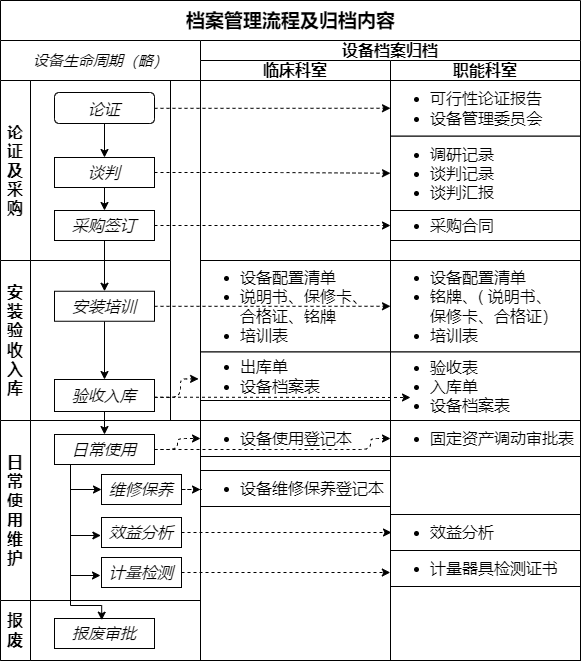
CN-DXTZ/CLRS keeps this draw.io diagram as 档案管理流程.png. Above is the earlier version. Source tidied: cells renumbered, new cells last; positions are measured from the earlier drawing's top-left corner, leaving out a move shared by most shapes.
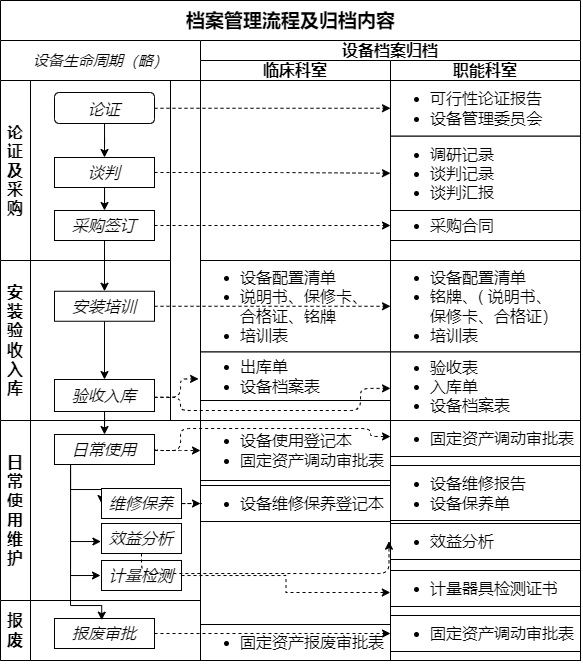
Later version of the same file.

Commit message:
更新档案管理流程.png

What changed in the source:
```diff
@@ -63,8 +63,8 @@
     <mxCell id="20" style="edgeStyle=orthogonalEdgeStyle;rounded=0;jettySize=auto;html=1;entryX=-0.008;entryY=0.61;entryDx=0;entryDy=0;entryPerimeter=0;" parent="18" edge="1" source="22" target="23">
       <mxGeometry relative="1" as="geometry">
         <Array as="points">
-          <mxPoint x="70" y="115" />
-          <mxPoint x="100" y="115" />
+          <mxPoint x="70" y="121" />
+          <mxPoint x="100" y="121" />
         </Array>
       </mxGeometry>
     </mxCell>
@@ -80,13 +80,13 @@
       <mxGeometry x="54" y="14" width="100" height="30" as="geometry" />
     </mxCell>
     <mxCell id="23" value="效益分析" style="rounded=0;whiteSpace=wrap;html=1;fontSize=16;fontStyle=2;" parent="18" vertex="1">
-      <mxGeometry x="101" y="97" width="80" height="30" as="geometry" />
+      <mxGeometry x="101" y="103" width="80" height="30" as="geometry" />
     </mxCell>
     <mxCell id="24" value="计量检测" style="rounded=0;whiteSpace=wrap;html=1;fontSize=16;fontStyle=2;" parent="18" vertex="1">
-      <mxGeometry x="101" y="137" width="80" height="30" as="geometry" />
+      <mxGeometry x="101" y="140" width="80" height="30" as="geometry" />
     </mxCell>
     <mxCell id="25" value="维修保养" style="rounded=0;whiteSpace=wrap;html=1;fontSize=16;fontStyle=2;" parent="18" vertex="1">
-      <mxGeometry x="101" y="54" width="80" height="30" as="geometry" />
+      <mxGeometry x="101" y="68" width="80" height="30" as="geometry" />
     </mxCell>
     <mxCell id="26" style="edgeStyle=orthogonalEdgeStyle;rounded=0;jettySize=auto;html=1;fontSize=16;entryX=0.5;entryY=0;entryDx=0;entryDy=0;" parent="5" edge="1" source="16" target="22">
       <mxGeometry relative="1" as="geometry" />
@@ -118,11 +118,14 @@
       <mxGeometry y="291.5" width="190" height="48.5" as="geometry" />
     </mxCell>
     <mxCell id="34" value="&lt;p class=&quot;MsoNormal&quot; style=&quot;font-size: 16px;&quot;&gt;&lt;/p&gt;&lt;div style=&quot;font-size: 16px;&quot;&gt;&lt;ul style=&quot;font-size: 16px;&quot;&gt;&lt;li style=&quot;font-size: 16px;&quot;&gt;&lt;span style=&quot;background-color: initial; font-size: 16px;&quot;&gt;设备维修保养登记本&lt;/span&gt;&lt;br style=&quot;font-size: 16px;&quot;&gt;&lt;/li&gt;&lt;/ul&gt;&lt;/div&gt;&lt;p style=&quot;font-size: 16px;&quot;&gt;&lt;/p&gt;" style="rounded=0;whiteSpace=wrap;html=1;fontSize=16;spacing=0;align=left;" parent="31" vertex="1">
-      <mxGeometry y="410" width="190" height="36" as="geometry" />
+      <mxGeometry y="425" width="190" height="36" as="geometry" />
     </mxCell>
-    <mxCell id="35" value="&lt;p class=&quot;MsoNormal&quot; style=&quot;font-size: 16px;&quot;&gt;&lt;/p&gt;&lt;div style=&quot;font-size: 16px;&quot;&gt;&lt;ul style=&quot;font-size: 16px;&quot;&gt;&lt;li style=&quot;border-color: var(--border-color);&quot;&gt;设备使用登记本&lt;/li&gt;&lt;/ul&gt;&lt;/div&gt;&lt;p style=&quot;font-size: 16px;&quot;&gt;&lt;/p&gt;" style="rounded=0;whiteSpace=wrap;html=1;fontSize=16;spacing=0;align=left;" parent="31" vertex="1">
-      <mxGeometry y="360" width="190" height="36" as="geometry" />
+    <mxCell id="35" value="&lt;p class=&quot;MsoNormal&quot; style=&quot;font-size: 16px;&quot;&gt;&lt;/p&gt;&lt;div style=&quot;font-size: 16px;&quot;&gt;&lt;ul style=&quot;font-size: 16px;&quot;&gt;&lt;li style=&quot;border-color: var(--border-color);&quot;&gt;设备使用登记本&lt;/li&gt;&lt;li style=&quot;border-color: var(--border-color);&quot;&gt;固定资产调动审批表&lt;/li&gt;&lt;/ul&gt;&lt;/div&gt;&lt;p style=&quot;font-size: 16px;&quot;&gt;&lt;/p&gt;" style="rounded=0;whiteSpace=wrap;html=1;fontSize=16;spacing=0;align=left;" parent="31" vertex="1">
+      <mxGeometry y="360" width="190" height="60" as="geometry" />
     </mxCell>
+    <mxCell id="54" value="&lt;p class=&quot;MsoNormal&quot; style=&quot;font-size: 16px;&quot;&gt;&lt;/p&gt;&lt;div style=&quot;font-size: 16px;&quot;&gt;&lt;ul style=&quot;font-size: 16px;&quot;&gt;&lt;li style=&quot;border-color: var(--border-color);&quot;&gt;固定资产报废审批表&lt;/li&gt;&lt;/ul&gt;&lt;/div&gt;&lt;p style=&quot;font-size: 16px;&quot;&gt;&lt;/p&gt;" style="rounded=0;whiteSpace=wrap;html=1;fontSize=16;spacing=0;align=left;" parent="31" vertex="1">
+      <mxGeometry y="564" width="190" height="36" as="geometry" />
+    </mxCell>
     <mxCell id="36" value="职能科室" style="swimlane;whiteSpace=wrap;html=1;startSize=20;fontSize=16;" parent="30" vertex="1">
       <mxGeometry x="190" y="20" width="190" height="600" as="geometry" />
     </mxCell>
@@ -141,15 +144,21 @@
     <mxCell id="41" value="&lt;p class=&quot;MsoNormal&quot; style=&quot;font-size: 16px;&quot;&gt;&lt;/p&gt;&lt;div style=&quot;font-size: 16px;&quot;&gt;&lt;div style=&quot;font-size: 16px;&quot;&gt;&lt;ul style=&quot;font-size: 16px;&quot;&gt;&lt;li style=&quot;font-size: 16px;&quot;&gt;验收表&lt;/li&gt;&lt;li style=&quot;font-size: 16px;&quot;&gt;入库单&lt;/li&gt;&lt;li style=&quot;font-size: 16px;&quot;&gt;设备档案表&lt;/li&gt;&lt;/ul&gt;&lt;/div&gt;&lt;/div&gt;&lt;p style=&quot;font-size: 16px;&quot;&gt;&lt;/p&gt;" style="rounded=0;whiteSpace=wrap;html=1;fontSize=16;spacing=0;align=left;" parent="36" vertex="1">
       <mxGeometry y="291.5" width="190" height="68.5" as="geometry" />
     </mxCell>
-    <mxCell id="42" value="&lt;p class=&quot;MsoNormal&quot; style=&quot;font-size: 16px;&quot;&gt;&lt;/p&gt;&lt;div style=&quot;font-size: 16px;&quot;&gt;&lt;div style=&quot;font-size: 16px;&quot;&gt;&lt;ul style=&quot;font-size: 16px;&quot;&gt;&lt;li style=&quot;font-size: 16px;&quot;&gt;效益分析&lt;/li&gt;&lt;/ul&gt;&lt;/div&gt;&lt;/div&gt;&lt;p style=&quot;font-size: 16px;&quot;&gt;&lt;/p&gt;" style="rounded=0;whiteSpace=wrap;html=1;fontSize=16;spacing=0;align=left;" parent="36" vertex="1">
-      <mxGeometry y="454" width="190" height="36" as="geometry" />
-    </mxCell>
     <mxCell id="43" value="&lt;p class=&quot;MsoNormal&quot; style=&quot;font-size: 16px;&quot;&gt;&lt;/p&gt;&lt;div style=&quot;font-size: 16px;&quot;&gt;&lt;div style=&quot;font-size: 16px;&quot;&gt;&lt;ul style=&quot;font-size: 16px;&quot;&gt;&lt;li style=&quot;border-color: var(--border-color);&quot;&gt;计量器具检测证书&lt;/li&gt;&lt;/ul&gt;&lt;/div&gt;&lt;/div&gt;&lt;p style=&quot;font-size: 16px;&quot;&gt;&lt;/p&gt;" style="rounded=0;whiteSpace=wrap;html=1;fontSize=16;spacing=0;align=left;" parent="36" vertex="1">
-      <mxGeometry y="490" width="190" height="36" as="geometry" />
+      <mxGeometry y="510" width="190" height="36" as="geometry" />
     </mxCell>
     <mxCell id="44" value="&lt;p class=&quot;MsoNormal&quot; style=&quot;font-size: 16px;&quot;&gt;&lt;/p&gt;&lt;div style=&quot;font-size: 16px;&quot;&gt;&lt;ul style=&quot;font-size: 16px;&quot;&gt;&lt;li style=&quot;border-color: var(--border-color);&quot;&gt;固定资产调动审批表&lt;/li&gt;&lt;/ul&gt;&lt;/div&gt;&lt;p style=&quot;font-size: 16px;&quot;&gt;&lt;/p&gt;" style="rounded=0;whiteSpace=wrap;html=1;fontSize=16;spacing=0;align=left;" parent="36" vertex="1">
       <mxGeometry y="360" width="190" height="36" as="geometry" />
     </mxCell>
+    <mxCell id="55" value="&lt;p class=&quot;MsoNormal&quot; style=&quot;font-size: 16px;&quot;&gt;&lt;/p&gt;&lt;div style=&quot;font-size: 16px;&quot;&gt;&lt;div style=&quot;font-size: 16px;&quot;&gt;&lt;ul style=&quot;font-size: 16px;&quot;&gt;&lt;li style=&quot;font-size: 16px;&quot;&gt;设备维修报告&lt;/li&gt;&lt;li style=&quot;font-size: 16px;&quot;&gt;设备保养单&lt;/li&gt;&lt;/ul&gt;&lt;/div&gt;&lt;/div&gt;&lt;p style=&quot;font-size: 16px;&quot;&gt;&lt;/p&gt;" style="rounded=0;whiteSpace=wrap;html=1;fontSize=16;spacing=0;align=left;" parent="36" vertex="1">
+      <mxGeometry y="405" width="190" height="55" as="geometry" />
+    </mxCell>
+    <mxCell id="56" value="&lt;p class=&quot;MsoNormal&quot; style=&quot;font-size: 16px;&quot;&gt;&lt;/p&gt;&lt;div style=&quot;font-size: 16px;&quot;&gt;&lt;ul style=&quot;font-size: 16px;&quot;&gt;&lt;li style=&quot;border-color: var(--border-color);&quot;&gt;固定资产调动审批表&lt;/li&gt;&lt;/ul&gt;&lt;/div&gt;&lt;p style=&quot;font-size: 16px;&quot;&gt;&lt;/p&gt;" style="rounded=0;whiteSpace=wrap;html=1;fontSize=16;spacing=0;align=left;" parent="36" vertex="1">
+      <mxGeometry y="555" width="190" height="36" as="geometry" />
+    </mxCell>
+    <mxCell id="42" value="&lt;p class=&quot;MsoNormal&quot; style=&quot;font-size: 16px;&quot;&gt;&lt;/p&gt;&lt;div style=&quot;font-size: 16px;&quot;&gt;&lt;div style=&quot;font-size: 16px;&quot;&gt;&lt;ul style=&quot;font-size: 16px;&quot;&gt;&lt;li style=&quot;font-size: 16px;&quot;&gt;效益分析&lt;/li&gt;&lt;/ul&gt;&lt;/div&gt;&lt;/div&gt;&lt;p style=&quot;font-size: 16px;&quot;&gt;&lt;/p&gt;" style="rounded=0;whiteSpace=wrap;html=1;fontSize=16;spacing=0;align=left;" parent="36" vertex="1">
+      <mxGeometry y="463" width="190" height="36" as="geometry" />
+    </mxCell>
     <mxCell id="45" style="edgeStyle=orthogonalEdgeStyle;rounded=0;jettySize=auto;html=1;entryX=0;entryY=0.5;entryDx=0;entryDy=0;dashed=1;fontSize=16;" parent="2" edge="1" source="7" target="38">
       <mxGeometry relative="1" as="geometry">
         <Array as="points">
@@ -168,40 +177,51 @@
     <mxCell id="47" style="edgeStyle=orthogonalEdgeStyle;rounded=0;jettySize=auto;html=1;dashed=1;fontSize=16;" parent="2" edge="1" source="15" target="40">
       <mxGeometry relative="1" as="geometry" />
     </mxCell>
-    <mxCell id="48" style="edgeStyle=orthogonalEdgeStyle;rounded=1;jettySize=auto;html=1;dashed=1;fontSize=16;exitX=0.995;exitY=0.553;exitDx=0;exitDy=0;exitPerimeter=0;" parent="2" edge="1" source="16">
+    <mxCell id="48" style="edgeStyle=orthogonalEdgeStyle;rounded=1;jettySize=auto;html=1;dashed=1;fontSize=16;exitX=0.995;exitY=0.553;exitDx=0;exitDy=0;exitPerimeter=0;entryX=1;entryY=0.75;entryDx=0;entryDy=0;" parent="2" edge="1" source="16" target="33">
       <mxGeometry relative="1" as="geometry">
-        <mxPoint x="410" y="397" as="targetPoint" />
         <Array as="points">
-          <mxPoint x="410" y="397" />
+          <mxPoint x="180" y="397" />
+          <mxPoint x="180" y="410" />
+          <mxPoint x="360" y="410" />
+          <mxPoint x="360" y="388" />
         </Array>
       </mxGeometry>
     </mxCell>
-    <mxCell id="49" style="edgeStyle=orthogonalEdgeStyle;rounded=0;jettySize=auto;html=1;dashed=1;" parent="2" edge="1" source="23">
-      <mxGeometry relative="1" as="geometry">
-        <mxPoint x="391" y="532" as="targetPoint" />
-        <Array as="points">
-          <mxPoint x="391" y="532" />
-        </Array>
-      </mxGeometry>
-    </mxCell>
     <mxCell id="50" style="edgeStyle=orthogonalEdgeStyle;rounded=0;jettySize=auto;html=1;entryX=-0.001;entryY=0.611;entryDx=0;entryDy=0;entryPerimeter=0;dashed=1;" parent="2" edge="1" source="24" target="43">
       <mxGeometry relative="1" as="geometry" />
     </mxCell>
-    <mxCell id="51" style="edgeStyle=orthogonalEdgeStyle;rounded=0;jettySize=auto;html=1;dashed=1;" parent="2" edge="1" source="25">
-      <mxGeometry relative="1" as="geometry">
-        <mxPoint x="200" y="489" as="targetPoint" />
-      </mxGeometry>
+    <mxCell id="51" style="edgeStyle=orthogonalEdgeStyle;rounded=0;jettySize=auto;html=1;dashed=1;entryX=0;entryY=0.5;entryDx=0;entryDy=0;" parent="2" edge="1" source="25" target="34">
+      <mxGeometry relative="1" as="geometry" />
     </mxCell>
     <mxCell id="52" style="edgeStyle=orthogonalEdgeStyle;rounded=1;jettySize=auto;html=1;entryX=0;entryY=0.5;entryDx=0;entryDy=0;dashed=1;" parent="2" edge="1" source="22" target="35">
-      <mxGeometry relative="1" as="geometry" />
+      <mxGeometry relative="1" as="geometry">
+        <Array as="points">
+          <mxPoint x="170" y="450" />
+          <mxPoint x="170" y="450" />
+        </Array>
+      </mxGeometry>
     </mxCell>
-    <mxCell id="53" style="edgeStyle=orthogonalEdgeStyle;rounded=1;jettySize=auto;html=1;entryX=0;entryY=0.5;entryDx=0;entryDy=0;dashed=1;" parent="2" edge="1" source="22" target="44">
+    <mxCell id="53" style="edgeStyle=orthogonalEdgeStyle;rounded=1;jettySize=auto;html=1;entryX=0;entryY=0.5;entryDx=0;entryDy=0;dashed=1;exitX=1.011;exitY=0.491;exitDx=0;exitDy=0;exitPerimeter=0;" parent="2" edge="1" source="22">
       <mxGeometry relative="1" as="geometry">
+        <mxPoint x="390" y="436" as="targetPoint" />
         <Array as="points">
-          <mxPoint x="370" y="449" />
-          <mxPoint x="370" y="438" />
+          <mxPoint x="155" y="450" />
+          <mxPoint x="180" y="450" />
+          <mxPoint x="180" y="428" />
+          <mxPoint x="370" y="428" />
+          <mxPoint x="370" y="436" />
         </Array>
       </mxGeometry>
     </mxCell>
+    <mxCell id="57" style="edgeStyle=orthogonalEdgeStyle;rounded=0;jettySize=auto;html=1;entryX=0;entryY=0.5;entryDx=0;entryDy=0;dashed=1;" parent="2" edge="1" source="28" target="56">
+      <mxGeometry relative="1" as="geometry" />
+    </mxCell>
+    <mxCell id="49" style="edgeStyle=orthogonalEdgeStyle;rounded=1;jettySize=auto;html=1;dashed=1;entryX=-0.008;entryY=0.492;entryDx=0;entryDy=0;entryPerimeter=0;" parent="2" edge="1" source="23" target="42">
+      <mxGeometry relative="1" as="geometry">
+        <Array as="points">
+          <mxPoint x="389" y="573" />
+        </Array>
+      </mxGeometry>
+    </mxCell>
   </root>
 </mxGraphModel>
```
